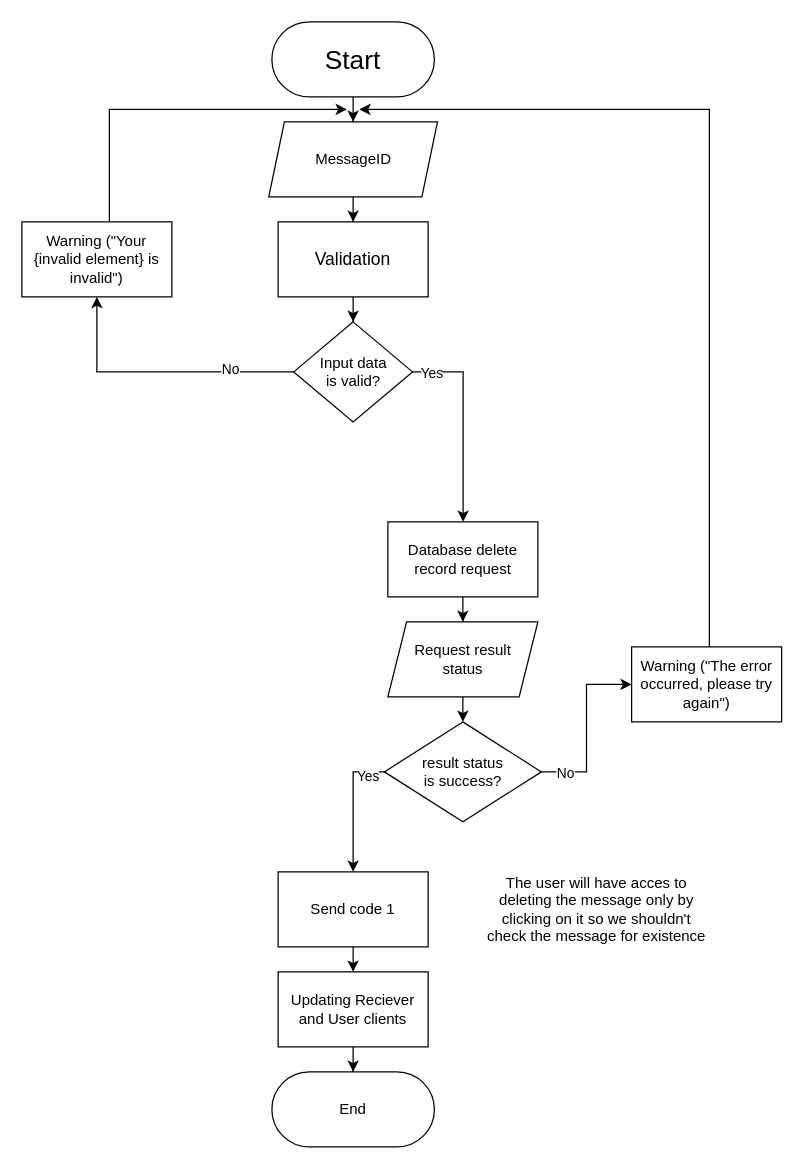
c0st1nus/Forum keeps this draw.io diagram as Flowcharts/Delete Message/DeleteMessage.drawio. Above is the earlier version. Source tidied: cells renumbered, new cells numbered last; positions are measured from the earlier drawing's top-left corner, leaving out a move shared by most shapes. Both pictures are drawn from the tidied source at 125%, with x=0, y=0 at pixel (21, 21).
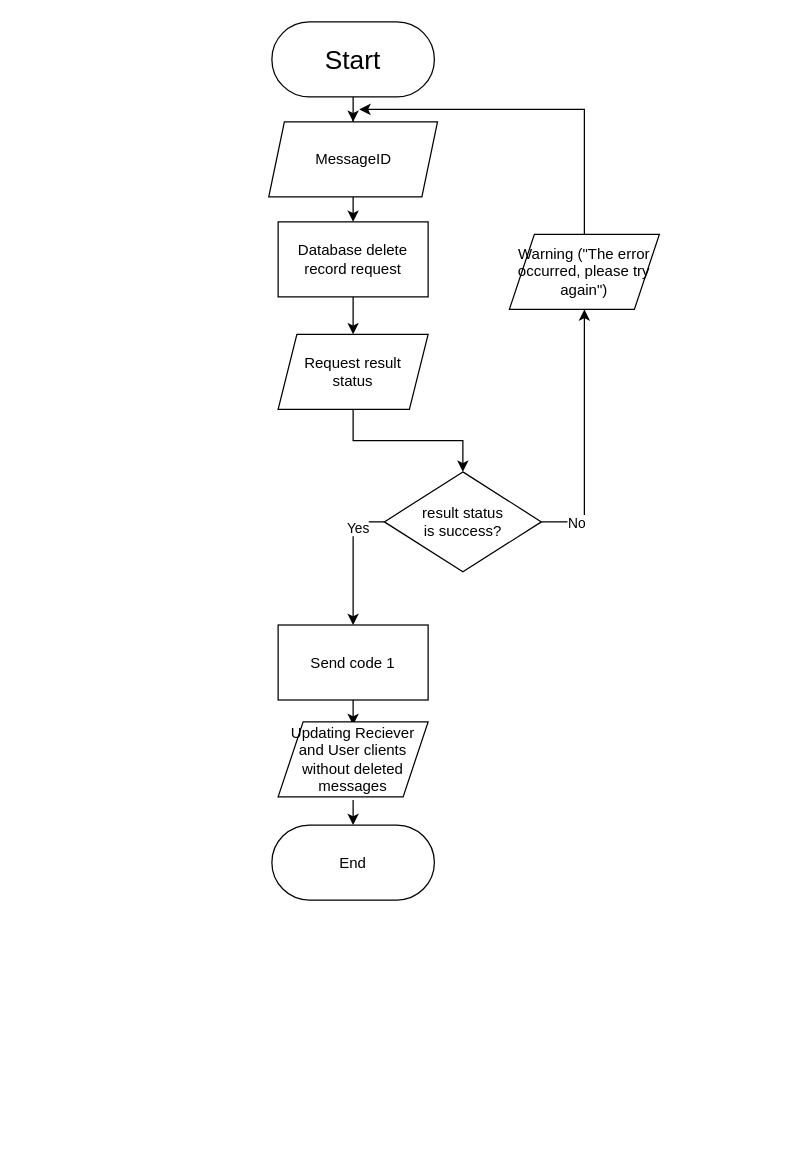
The same page after the edit.

Unchanged cells that the change refers to:
```xml
<mxCell id="5" value="MessageID" style="shape=parallelogram;perimeter=parallelogramPerimeter;whiteSpace=wrap;html=1;fixedSize=1;size=12.5;" parent="1" vertex="1">
  <mxGeometry x="197.5" y="80" width="135" height="60" as="geometry" />
</mxCell>
```

Change to the diagram source:
```diff
@@
-    <mxCell id="4" style="edgeStyle=orthogonalEdgeStyle;rounded=0;jettySize=auto;html=1;" parent="1" edge="1" source="5" target="7">
-      <mxGeometry relative="1" as="geometry" />
+    <mxCell id="4" style="edgeStyle=orthogonalEdgeStyle;rounded=0;jettySize=auto;html=1;" parent="1" edge="1" source="5">
+      <mxGeometry relative="1" as="geometry">
+        <mxPoint x="265" y="160" as="targetPoint" />
+      </mxGeometry>
     </mxCell>
@@
-    <mxCell id="6" style="edgeStyle=orthogonalEdgeStyle;rounded=0;jettySize=auto;html=1;entryX=0.5;entryY=0;entryDx=0;entryDy=0;" parent="1" edge="1" source="7" target="12">
-      <mxGeometry relative="1" as="geometry" />
+    <mxCell id="6" style="edgeStyle=orthogonalEdgeStyle;rounded=0;orthogonalLoop=1;jettySize=auto;html=1;entryX=0.5;entryY=0;entryDx=0;entryDy=0;" parent="1" edge="1">
+      <mxGeometry relative="1" as="geometry">
+        <mxPoint x="265" y="220" as="sourcePoint" />
+      </mxGeometry>
     </mxCell>
-    <mxCell id="7" value="&lt;font style=&quot;font-size: 14px;&quot;&gt;Validation&lt;br&gt;&lt;/font&gt;" style="whiteSpace=wrap;html=1;" parent="1" vertex="1">
-      <mxGeometry x="205" y="160" width="120" height="60" as="geometry" />
-    </mxCell>
-    <mxCell id="8" style="edgeStyle=orthogonalEdgeStyle;rounded=0;jettySize=auto;html=1;entryX=0.5;entryY=0;entryDx=0;entryDy=0;" parent="1" edge="1" source="12">
-      <mxGeometry relative="1" as="geometry">
-        <mxPoint x="353" y="400" as="targetPoint" />
-        <Array as="points">
-          <mxPoint x="353" y="280" />
-        </Array>
-      </mxGeometry>
-    </mxCell>
-    <mxCell id="9" value="&lt;div&gt;Yes&lt;/div&gt;" style="edgeLabel;html=1;align=center;verticalAlign=middle;" parent="8" vertex="1">
-      <mxGeometry x="-0.81" relative="1" as="geometry" />
-    </mxCell>
-    <mxCell id="10" style="edgeStyle=orthogonalEdgeStyle;rounded=0;jettySize=auto;html=1;" parent="1" edge="1" source="12" target="14">
-      <mxGeometry relative="1" as="geometry" />
-    </mxCell>
-    <mxCell id="11" value="&lt;div&gt;No&lt;/div&gt;" style="edgeLabel;html=1;align=center;verticalAlign=middle;" parent="10" vertex="1">
-      <mxGeometry x="-0.53" y="-3" relative="1" as="geometry" />
-    </mxCell>
-    <mxCell id="12" value="&lt;div&gt;Input data&lt;/div&gt;&lt;div&gt;is valid?&lt;br&gt;&lt;/div&gt;" style="rhombus;whiteSpace=wrap;html=1;" parent="1" vertex="1">
-      <mxGeometry x="217.5" y="240" width="95" height="80" as="geometry" />
-    </mxCell>
-    <mxCell id="13" style="edgeStyle=orthogonalEdgeStyle;rounded=0;jettySize=auto;html=1;" parent="1" edge="1" source="14">
-      <mxGeometry relative="1" as="geometry">
-        <mxPoint x="260" y="70" as="targetPoint" />
-        <Array as="points">
-          <mxPoint x="70" y="70" />
-        </Array>
-      </mxGeometry>
-    </mxCell>
-    <mxCell id="14" value="Warning (&quot;Your {invalid element} is invalid&quot;)" style="rounded=0;whiteSpace=wrap;html=1;" parent="1" vertex="1">
-      <mxGeometry y="160" width="120" height="60" as="geometry" />
-    </mxCell>
@@
     <mxCell id="16" value="Database delete record request" style="whiteSpace=wrap;html=1;" parent="1" vertex="1">
-      <mxGeometry x="292.8" y="400" width="120" height="60" as="geometry" />
+      <mxGeometry x="205" y="160" width="120" height="60" as="geometry" />
     </mxCell>
@@
     <mxCell id="18" value="&lt;div&gt;Request result&lt;/div&gt;&lt;div&gt;status&lt;br&gt;&lt;/div&gt;" style="shape=parallelogram;perimeter=parallelogramPerimeter;whiteSpace=wrap;html=1;fixedSize=1;size=15;" parent="1" vertex="1">
-      <mxGeometry x="292.8" y="480" width="120" height="60" as="geometry" />
+      <mxGeometry x="205" y="250" width="120" height="60" as="geometry" />
     </mxCell>
-    <mxCell id="19" style="edgeStyle=orthogonalEdgeStyle;rounded=0;jettySize=auto;html=1;" parent="1" edge="1" source="23" target="25">
-      <mxGeometry relative="1" as="geometry" />
+    <mxCell id="19" style="edgeStyle=orthogonalEdgeStyle;rounded=0;jettySize=auto;html=1;entryX=0.5;entryY=1;entryDx=0;entryDy=0;" parent="1" edge="1" source="23" target="25">
+      <mxGeometry relative="1" as="geometry">
+        <Array as="points">
+          <mxPoint x="450" y="400" />
+        </Array>
+      </mxGeometry>
     </mxCell>
@@
-    <mxCell id="21" style="edgeStyle=orthogonalEdgeStyle;rounded=0;orthogonalLoop=1;jettySize=auto;html=1;entryX=0.5;entryY=0;entryDx=0;entryDy=0;" parent="1" edge="1">
+    <mxCell id="21" style="edgeStyle=orthogonalEdgeStyle;rounded=0;jettySize=auto;html=1;entryX=0.5;entryY=0;entryDx=0;entryDy=0;exitX=0;exitY=0.5;exitDx=0;exitDy=0;" parent="1" edge="1" source="23" target="27">
       <mxGeometry relative="1" as="geometry">
-        <mxPoint x="310" y="600" as="sourcePoint" />
-        <mxPoint x="265" y="680" as="targetPoint" />
         <Array as="points">
-          <mxPoint x="265" y="600" />
+          <mxPoint x="265" y="400" />
         </Array>
       </mxGeometry>
     </mxCell>
@@
     <mxCell id="23" value="result status &lt;br&gt;is success?" style="rhombus;whiteSpace=wrap;html=1;" parent="1" vertex="1">
-      <mxGeometry x="290" y="560" width="125.6" height="80" as="geometry" />
+      <mxGeometry x="290" y="360" width="125.6" height="80" as="geometry" />
     </mxCell>
-    <mxCell id="24" style="edgeStyle=orthogonalEdgeStyle;rounded=0;jettySize=auto;html=1;" parent="1" edge="1" source="25">
+    <mxCell id="24" style="edgeStyle=orthogonalEdgeStyle;rounded=0;jettySize=auto;html=1;exitX=0.5;exitY=0;exitDx=0;exitDy=0;" parent="1" edge="1" source="25">
       <mxGeometry relative="1" as="geometry">
         <mxPoint x="270" y="70" as="targetPoint" />
         <Array as="points">
-          <mxPoint x="550" y="70" />
+          <mxPoint x="450" y="70" />
         </Array>
       </mxGeometry>
     </mxCell>
-    <mxCell id="25" value="Warning (&quot;The error occurred, please try again&quot;)" style="rounded=0;whiteSpace=wrap;html=1;" parent="1" vertex="1">
-      <mxGeometry x="487.8" y="500" width="120" height="60" as="geometry" />
-    </mxCell>
-    <mxCell id="26" style="edgeStyle=orthogonalEdgeStyle;rounded=0;jettySize=auto;html=1;exitX=0.5;exitY=1;exitDx=0;exitDy=0;entryX=0.5;entryY=0;entryDx=0;entryDy=0;" parent="1" edge="1" source="27" target="29">
-      <mxGeometry relative="1" as="geometry" />
+    <mxCell id="26" style="edgeStyle=orthogonalEdgeStyle;rounded=0;jettySize=auto;html=1;exitX=0.5;exitY=1;exitDx=0;exitDy=0;entryX=0.5;entryY=0;entryDx=0;entryDy=0;" parent="1" edge="1" source="27">
+      <mxGeometry relative="1" as="geometry">
+        <mxPoint x="265" y="562.5" as="targetPoint" />
+      </mxGeometry>
     </mxCell>
     <mxCell id="27" value="Send code 1" style="whiteSpace=wrap;html=1;" parent="1" vertex="1">
-      <mxGeometry x="205" y="680" width="120" height="60" as="geometry" />
+      <mxGeometry x="205" y="482.5" width="120" height="60" as="geometry" />
     </mxCell>
-    <mxCell id="28" style="edgeStyle=orthogonalEdgeStyle;rounded=0;jettySize=auto;html=1;entryX=0.5;entryY=0;entryDx=0;entryDy=0;" parent="1" edge="1" source="29" target="30">
-      <mxGeometry relative="1" as="geometry" />
+    <mxCell id="28" style="edgeStyle=orthogonalEdgeStyle;rounded=0;jettySize=auto;html=1;entryX=0.5;entryY=0;entryDx=0;entryDy=0;" parent="1" edge="1" target="30">
+      <mxGeometry relative="1" as="geometry">
+        <mxPoint x="265" y="622.5" as="sourcePoint" />
+      </mxGeometry>
     </mxCell>
-    <mxCell id="29" value="Updating Reciever and User clients " style="whiteSpace=wrap;html=1;" parent="1" vertex="1">
-      <mxGeometry x="205" y="760" width="120" height="60" as="geometry" />
-    </mxCell>
     <mxCell id="30" value="End" style="rounded=1;whiteSpace=wrap;html=1;glass=0;shadow=0;arcSize=50;" parent="1" vertex="1">
-      <mxGeometry x="200" y="840" width="130" height="60" as="geometry" />
+      <mxGeometry x="200" y="642.5" width="130" height="60" as="geometry" />
     </mxCell>
-    <mxCell id="31" value="The user will have acces to deleting the message only by clicking on it so we shouldn't check the message for existence" style="text;html=1;align=center;verticalAlign=middle;whiteSpace=wrap;rounded=0;" parent="1" vertex="1">
-      <mxGeometry x="370" y="657.5" width="180" height="105" as="geometry" />
-    </mxCell>
+    <mxCell id="25" value="Warning (&quot;The error occurred, please try again&quot;)" style="shape=parallelogram;perimeter=parallelogramPerimeter;whiteSpace=wrap;html=1;fixedSize=1;" parent="1" vertex="1">
+      <mxGeometry x="390" y="170" width="120" height="60" as="geometry" />
+    </mxCell>
+    <mxCell id="32" value="Updating Reciever and User clients without deleted messages" style="shape=parallelogram;perimeter=parallelogramPerimeter;whiteSpace=wrap;html=1;fixedSize=1;" parent="1" vertex="1">
+      <mxGeometry x="205" y="560" width="120" height="60" as="geometry" />
+    </mxCell>
```
